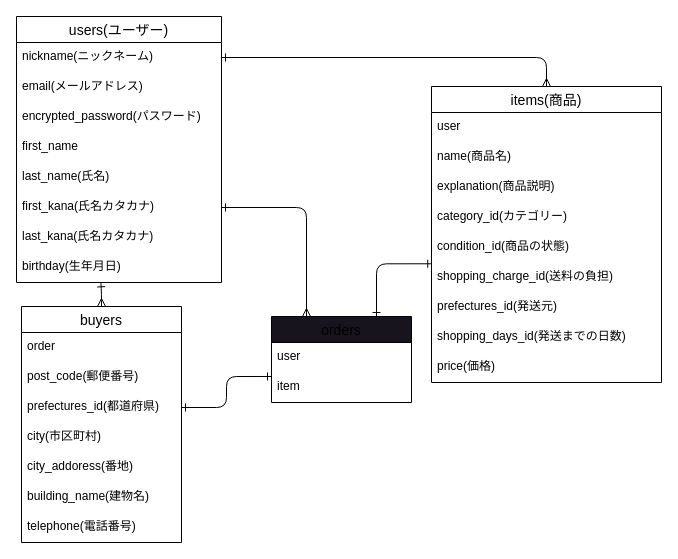
Earlier version of the draw.io diagram page "ページ3" (1 of 2) of furima.dio (Tomo-pc/furima-39942). Source tidied: cells renumbered, new cells numbered last; positions are measured from the earlier drawing's top-left corner, leaving out a move shared by most shapes. Both pictures are drawn from the tidied source at 100%, with x=0, y=0 at pixel (16, 16).
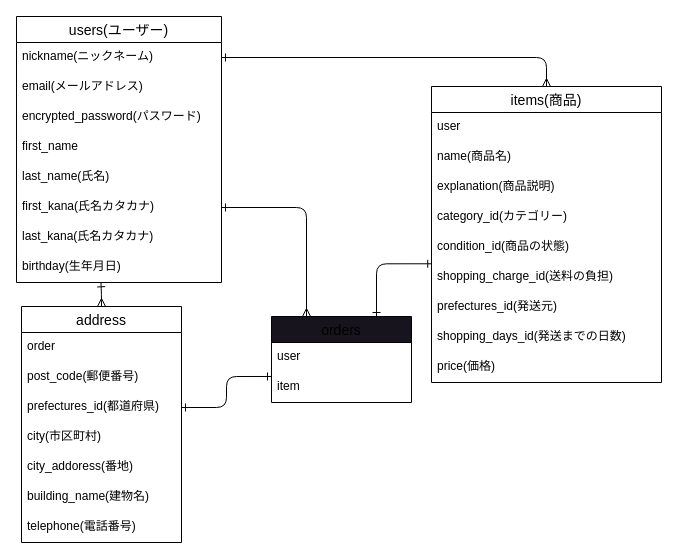
After the change.

Diff of the diagram source:
```diff
@@
-    <mxCell id="22" value=" buyers" style="swimlane;fontStyle=0;horizontal=1;startSize=26;align=center;fontSize=14;strokeWidth=1;fillColor=none;" parent="1" vertex="1">
+    <mxCell id="22" value=" address" style="swimlane;fontStyle=0;horizontal=1;startSize=26;align=center;fontSize=14;strokeWidth=1;fillColor=none;" parent="1" vertex="1">
       <mxGeometry x="5" y="290" width="160" height="236" as="geometry" />
     </mxCell>
```
